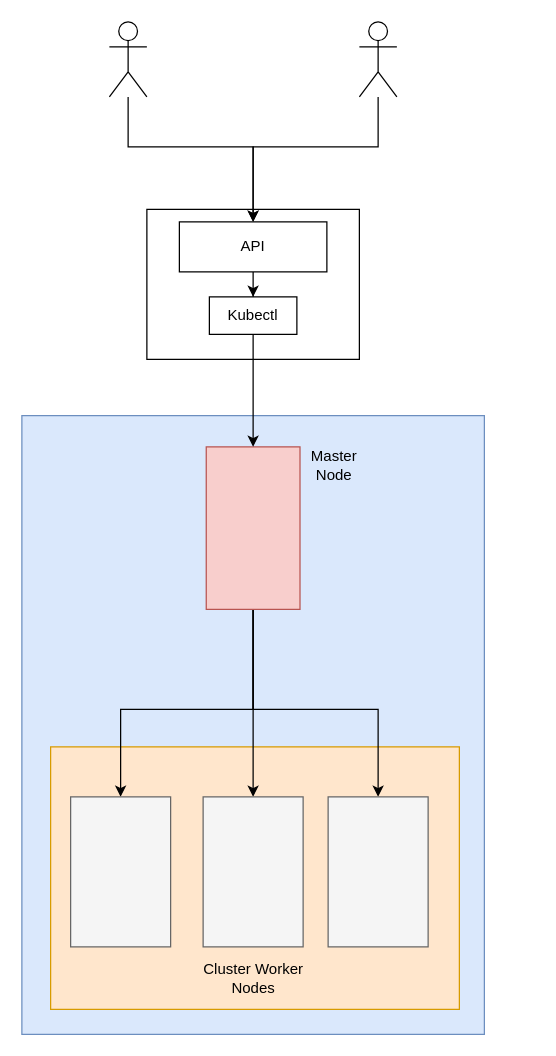
Tutanka01/LabOnDemand keeps this draw.io diagram as Diagrammes/Diagramme-API.drawio. Above is the earlier version. Source tidied: cells renumbered, new cells numbered last; positions are measured from the earlier drawing's top-left corner, leaving out a move shared by most shapes. Both pictures are drawn from the tidied source at 125%, with x=0, y=0 at pixel (21, 21).
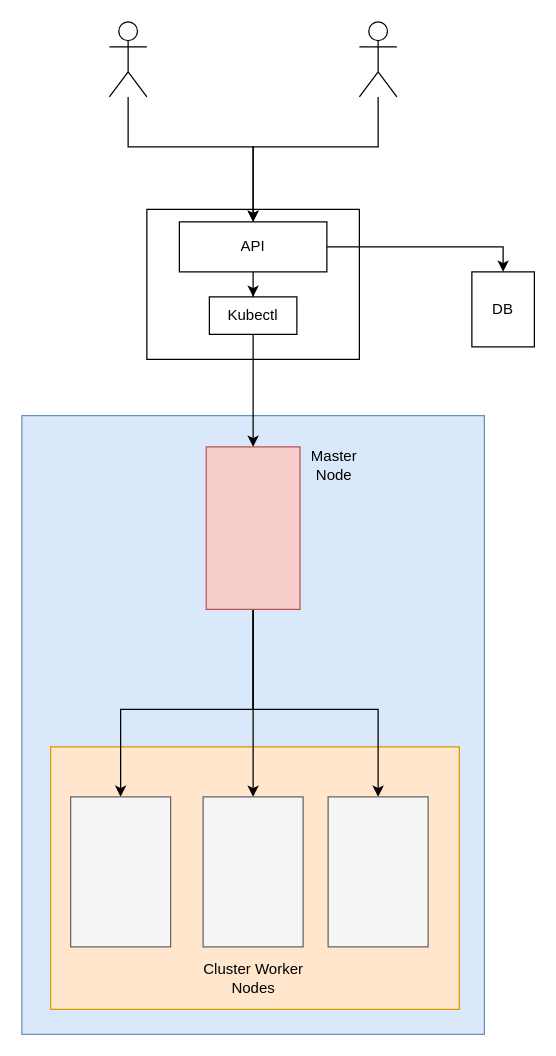
The same page after the edit.

The change refers to these unchanged cells:
```xml
<mxCell id="6" value="API" style="rounded=0;whiteSpace=wrap;html=1;" parent="1" vertex="1">
  <mxGeometry x="126" y="160" width="118" height="40" as="geometry" />
</mxCell>
```

Change to the diagram source:
```diff
@@
+    <mxCell id="22" style="edgeStyle=orthogonalEdgeStyle;rounded=0;jettySize=auto;html=1;entryX=0.5;entryY=0;entryDx=0;entryDy=0;" parent="1" edge="1" source="6" target="23">
+      <mxGeometry relative="1" as="geometry" />
+    </mxCell>
@@
+    <mxCell id="23" value="DB" style="rounded=0;whiteSpace=wrap;html=1;" parent="1" vertex="1">
+      <mxGeometry x="360" y="200" width="50" height="60" as="geometry" />
+    </mxCell>
```
